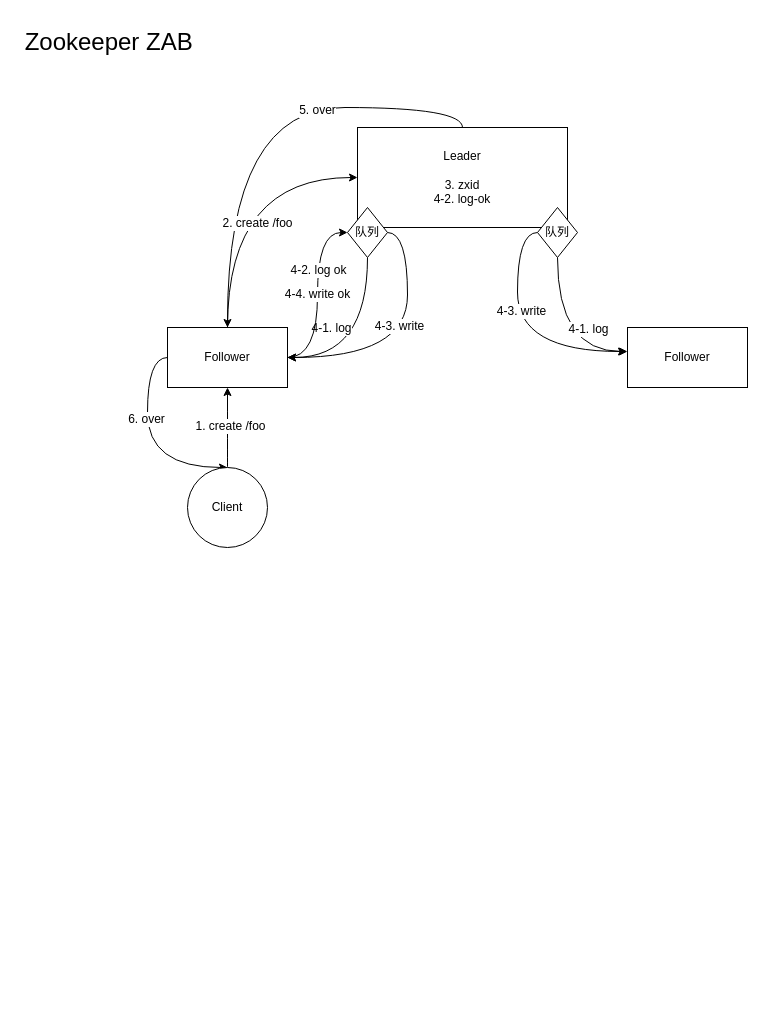
Before: zookeeper.drawio in luvnpce/mindmaps, a draw.io diagram. Source tidied: cells renumbered, new cells numbered last; positions are measured from the earlier drawing's top-left corner, leaving out a move shared by most shapes. Both pictures are drawn from the tidied source at 100%, with x=0, y=0 at pixel (17, 17).
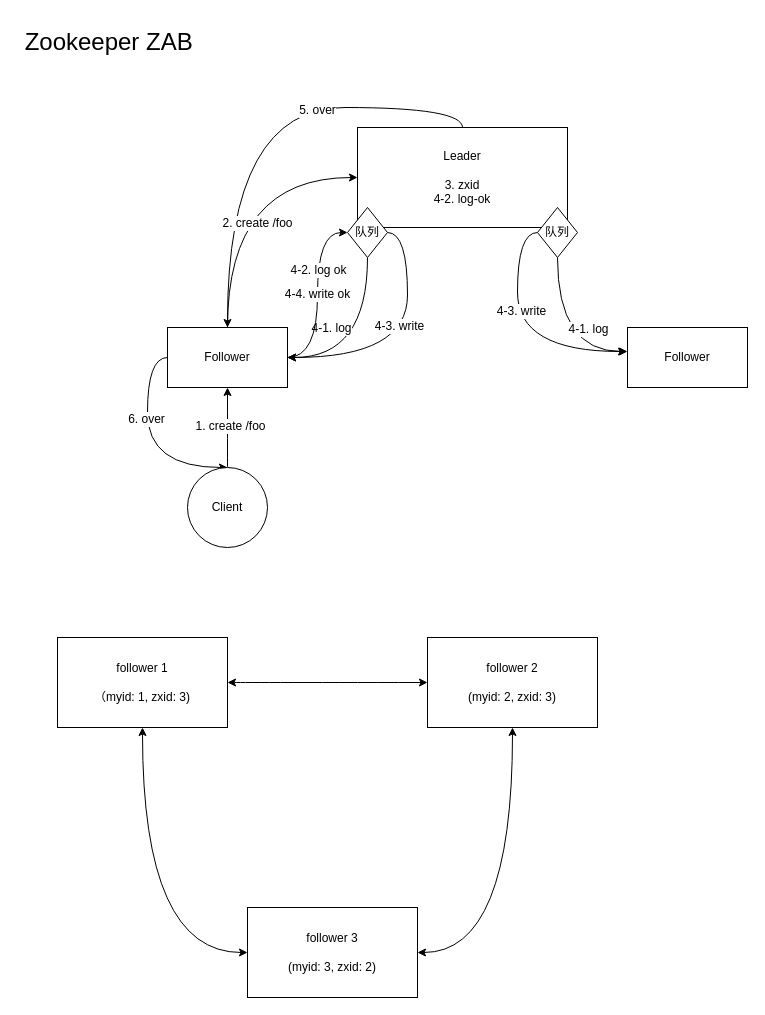
Above is the later version.

The edit, as a diff of the source:
```diff
@@
+    <mxCell id="28" value="follower 3&lt;br&gt;&lt;br&gt;(myid: 3, zxid: 2)" style="rounded=0;whiteSpace=wrap;html=1;fontSize=12;" parent="1" vertex="1">
+      <mxGeometry x="230" y="890" width="170" height="90" as="geometry" />
+    </mxCell>
+    <mxCell id="29" style="edgeStyle=orthogonalEdgeStyle;rounded=0;jettySize=auto;html=1;entryX=0;entryY=0.5;entryDx=0;entryDy=0;startArrow=classic;startFill=1;fontSize=12;curved=1;exitX=0.5;exitY=1;exitDx=0;exitDy=0;" parent="1" edge="1" source="31" target="28">
+      <mxGeometry relative="1" as="geometry" />
+    </mxCell>
+    <mxCell id="30" style="edgeStyle=orthogonalEdgeStyle;curved=1;rounded=0;jettySize=auto;html=1;exitX=1;exitY=0.5;exitDx=0;exitDy=0;entryX=0;entryY=0.5;entryDx=0;entryDy=0;startArrow=classic;startFill=1;fontSize=12;" parent="1" edge="1" source="31" target="33">
+      <mxGeometry relative="1" as="geometry" />
+    </mxCell>
+    <mxCell id="31" value="follower 1&lt;br&gt;&lt;br&gt;（myid: 1, zxid: 3)" style="rounded=0;whiteSpace=wrap;html=1;fontSize=12;" parent="1" vertex="1">
+      <mxGeometry x="40" y="620" width="170" height="90" as="geometry" />
+    </mxCell>
+    <mxCell id="32" style="edgeStyle=orthogonalEdgeStyle;curved=1;rounded=0;jettySize=auto;html=1;exitX=0.5;exitY=1;exitDx=0;exitDy=0;entryX=1;entryY=0.5;entryDx=0;entryDy=0;startArrow=classic;startFill=1;fontSize=12;" parent="1" edge="1" source="33" target="28">
+      <mxGeometry relative="1" as="geometry" />
+    </mxCell>
+    <mxCell id="33" value="follower 2&lt;br&gt;&lt;br&gt;(myid: 2, zxid: 3)" style="rounded=0;whiteSpace=wrap;html=1;fontSize=12;" parent="1" vertex="1">
+      <mxGeometry x="410" y="620" width="170" height="90" as="geometry" />
+    </mxCell>
```
